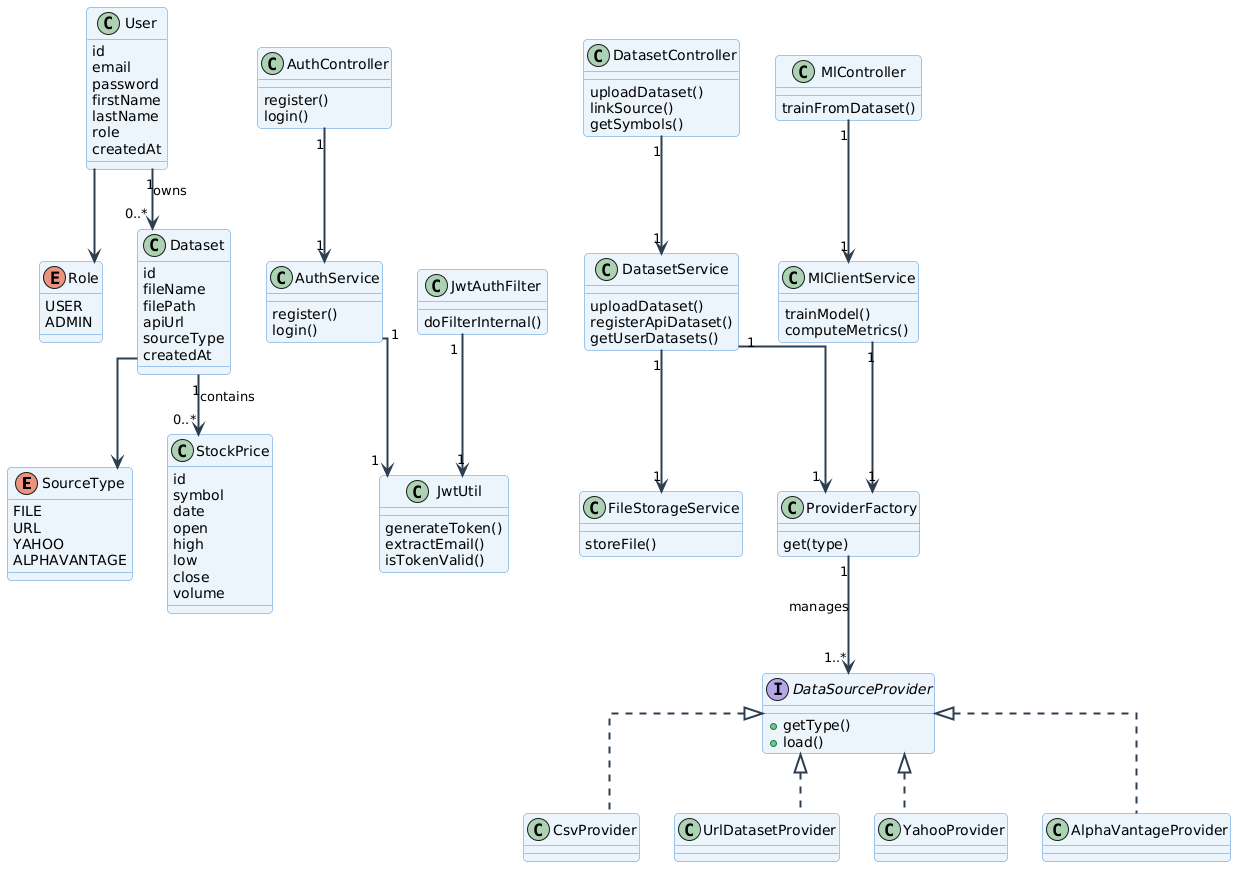
Before: Backend class diagram.png, a diagram exported from PlantUML (abir-ommezzine/stock_market_dashboard). Its diagram source:
```plantuml
@startuml
skinparam classBackgroundColor #EAF4FB
skinparam classBorderColor #4A90D9
skinparam classArrowColor #2C3E50
skinparam classArrowThickness 2
skinparam roundcorner 8
skinparam linetype ortho

enum SourceType {
  FILE
  URL
  YAHOO
  ALPHAVANTAGE
}

enum Role {
  USER
  ADMIN
}

class User {
  id
  email
  password
  firstName
  lastName
  role
  createdAt
}

class Dataset {
  id
  fileName
  filePath
  apiUrl
  sourceType
  createdAt
}

class StockPrice {
  id
  symbol
  date
  open
  high
  low
  close
  volume
}

class AuthController {
  register()
  login()
}

class DatasetController {
  uploadDataset()
  linkSource()
  getSymbols()
}

class MlController {
  trainFromDataset()
}

class AuthService {
  register()
  login()
}

class DatasetService {
  uploadDataset()
  registerApiDataset()
  getUserDatasets()
}

class MlClientService {
  trainModel()
  computeMetrics()
}

class FileStorageService {
  storeFile()
}

interface DataSourceProvider {
  +getType()
  +load()
}

class CsvProvider
class UrlDatasetProvider
class YahooProvider
class AlphaVantageProvider

class ProviderFactory {
  get(type)
}

class JwtUtil {
  generateToken()
  extractEmail()
  isTokenValid()
}

class JwtAuthFilter {
  doFilterInternal()
}


User    --> Role
Dataset --> SourceType

User    "1" --> "0..*" Dataset    : owns
Dataset "1" --> "0..*" StockPrice : contains

DataSourceProvider <|.. CsvProvider
DataSourceProvider <|.. UrlDatasetProvider
DataSourceProvider <|.. YahooProvider
DataSourceProvider <|.. AlphaVantageProvider
ProviderFactory "1" --> "1..*" DataSourceProvider : manages

AuthController    "1" --> "1" AuthService
DatasetController "1" --> "1" DatasetService
MlController      "1" --> "1" MlClientService

AuthService     "1" --> "1" JwtUtil
DatasetService  "1" --> "1" FileStorageService
DatasetService  "1" --> "1" ProviderFactory
MlClientService "1" --> "1" ProviderFactory

JwtAuthFilter "1" --> "1" JwtUtil
@enduml
```
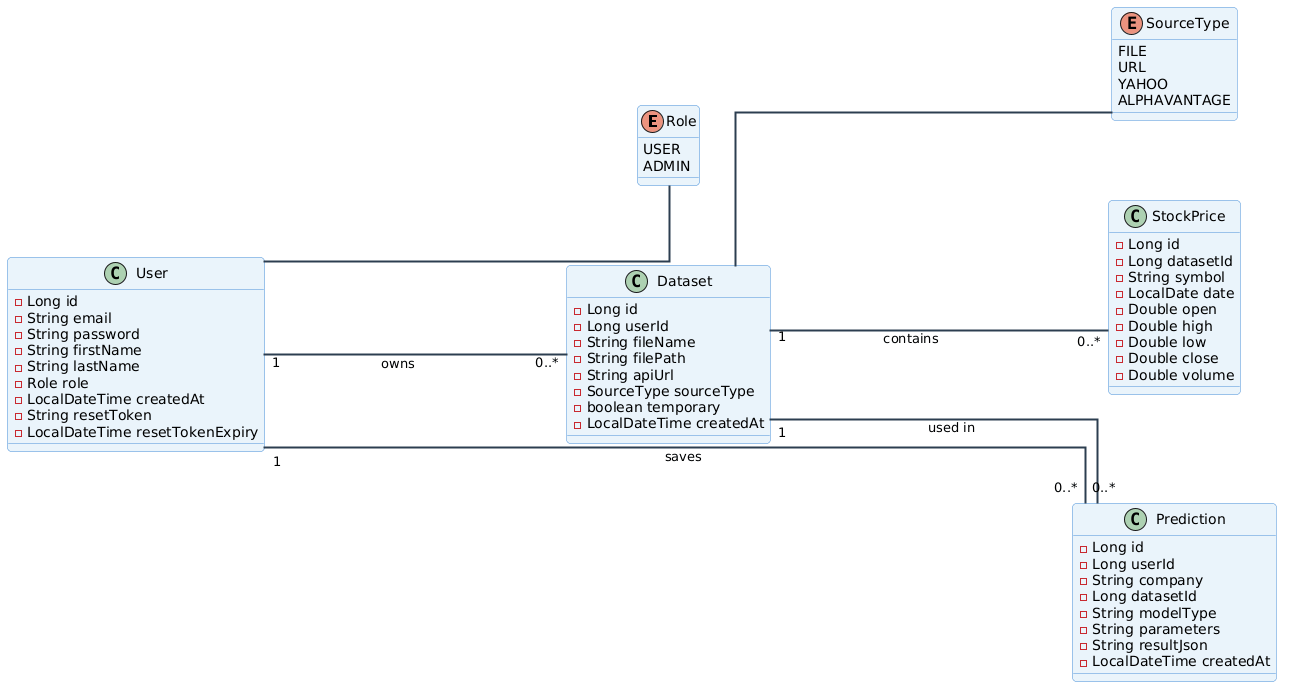
After the commit.

What changed in the source:
```diff
@@ -1,10 +1,20 @@
 @startuml
+left to right direction
+
+skinparam ranksep 100
+skinparam nodesep 80
+
 skinparam classBackgroundColor #EAF4FB
 skinparam classBorderColor #4A90D9
 skinparam classArrowColor #2C3E50
 skinparam classArrowThickness 2
 skinparam roundcorner 8
 skinparam linetype ortho
+
+enum Role {
+  USER
+  ADMIN
+}
 
 enum SourceType {
   FILE
@@ -13,121 +23,57 @@
   ALPHAVANTAGE
 }
 
-enum Role {
-  USER
-  ADMIN
-}
-
 class User {
-  id
-  email
-  password
-  firstName
-  lastName
-  role
-  createdAt
+  - Long id
+  - String email
+  - String password
+  - String firstName
+  - String lastName
+  - Role role
+  - LocalDateTime createdAt
+  - String resetToken
+  - LocalDateTime resetTokenExpiry
 }
 
 class Dataset {
-  id
-  fileName
-  filePath
-  apiUrl
-  sourceType
-  createdAt
+  - Long id
+  - Long userId
+  - String fileName
+  - String filePath
+  - String apiUrl
+  - SourceType sourceType
+  - boolean temporary
+  - LocalDateTime createdAt
 }
 
 class StockPrice {
-  id
-  symbol
-  date
-  open
-  high
-  low
-  close
-  volume
+  - Long id
+  - Long datasetId
+  - String symbol
+  - LocalDate date
+  - Double open
+  - Double high
+  - Double low
+  - Double close
+  - Double volume
 }
 
-class AuthController {
-  register()
-  login()
+class Prediction {
+  - Long id
+  - Long userId
+  - String company
+  - Long datasetId
+  - String modelType
+  - String parameters
+  - String resultJson
+  - LocalDateTime createdAt
 }
 
-class DatasetController {
-  uploadDataset()
-  linkSource()
-  getSymbols()
-}
+User    ---- Role
+Dataset ---- SourceType
 
-class MlController {
-  trainFromDataset()
-}
-
-class AuthService {
-  register()
-  login()
-}
-
-class DatasetService {
-  uploadDataset()
-  registerApiDataset()
-  getUserDatasets()
-}
-
-class MlClientService {
-  trainModel()
-  computeMetrics()
-}
-
-class FileStorageService {
-  storeFile()
-}
-
-interface DataSourceProvider {
-  +getType()
-  +load()
-}
-
-class CsvProvider
-class UrlDatasetProvider
-class YahooProvider
-class AlphaVantageProvider
-
-class ProviderFactory {
-  get(type)
-}
-
-class JwtUtil {
-  generateToken()
-  extractEmail()
-  isTokenValid()
-}
-
-class JwtAuthFilter {
-  doFilterInternal()
-}
-
-
-User    --> Role
-Dataset --> SourceType
-
-User    "1" --> "0..*" Dataset    : owns
-Dataset "1" --> "0..*" StockPrice : contains
-
-DataSourceProvider <|.. CsvProvider
-DataSourceProvider <|.. UrlDatasetProvider
-DataSourceProvider <|.. YahooProvider
-DataSourceProvider <|.. AlphaVantageProvider
-ProviderFactory "1" --> "1..*" DataSourceProvider : manages
-
-AuthController    "1" --> "1" AuthService
-DatasetController "1" --> "1" DatasetService
-MlController      "1" --> "1" MlClientService
-
-AuthService     "1" --> "1" JwtUtil
-DatasetService  "1" --> "1" FileStorageService
-DatasetService  "1" --> "1" ProviderFactory
-MlClientService "1" --> "1" ProviderFactory
-
-JwtAuthFilter "1" --> "1" JwtUtil
+User       "1" ---- "0..*" Dataset    : owns
+User       "1" ---- "0..*" Prediction : saves
+Dataset    "1" ---- "0..*" StockPrice : contains
+Dataset    "1" ---- "0..*" Prediction : used in
 @enduml
```
